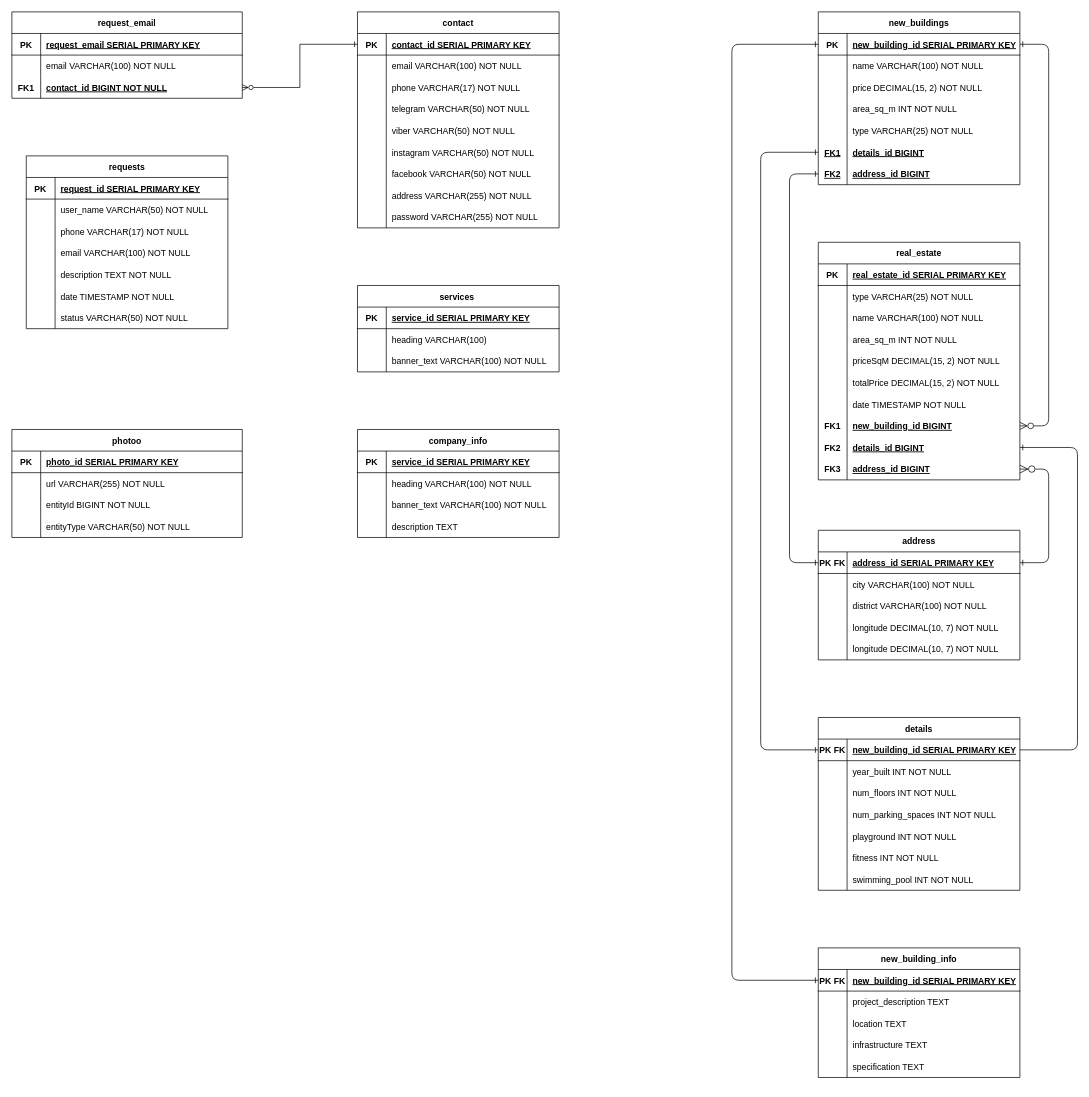
Latcarf/Second-project keeps this draw.io diagram as src/main/resources/diagrams/ERD.drawio. Above is the earlier version. Source tidied: cells renumbered, new cells numbered last; positions are measured from the earlier drawing's top-left corner, leaving out a move shared by most shapes. Both pictures are drawn from the tidied source at 72%, with x=0, y=0 at pixel (12, 12).
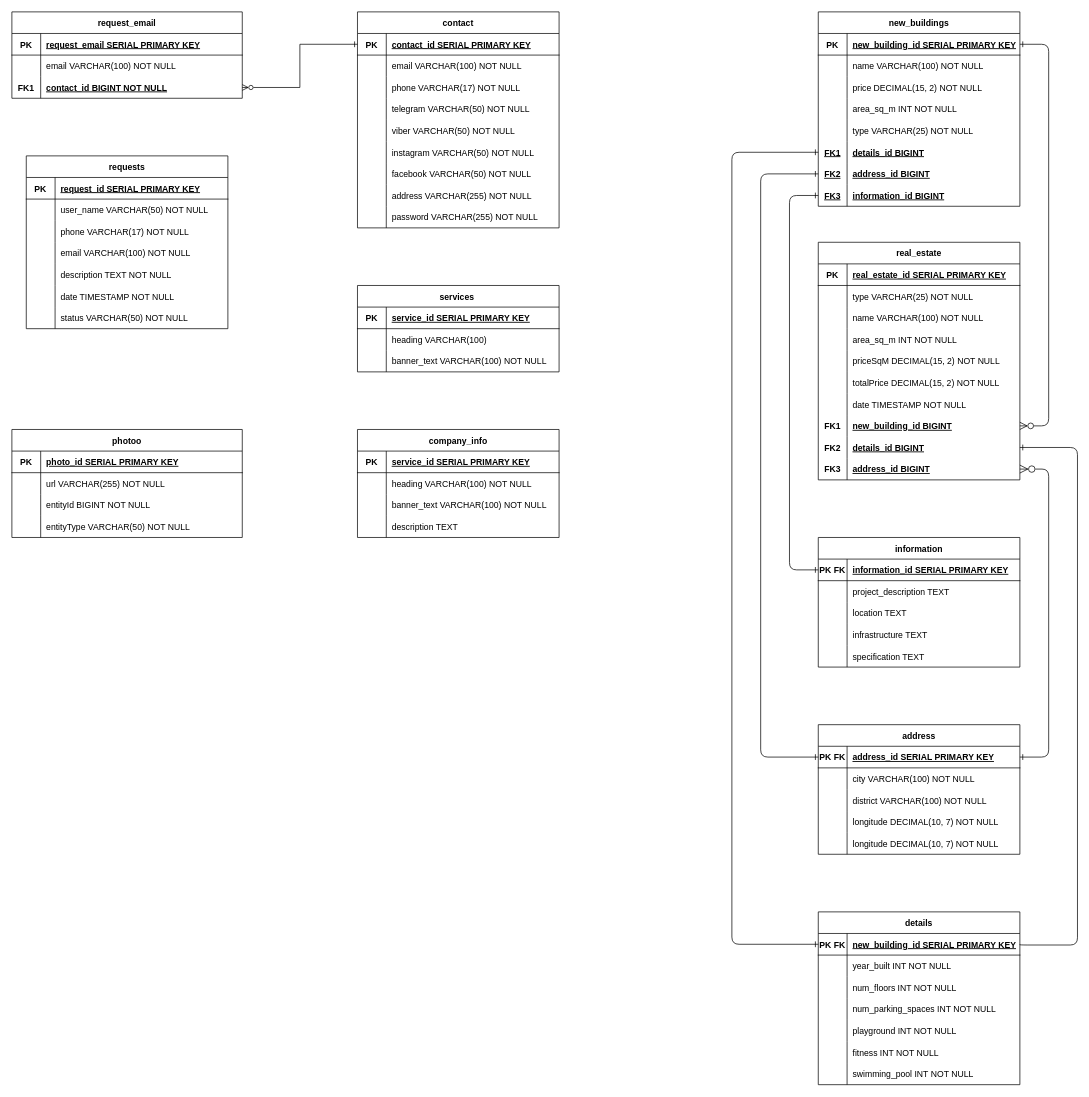
The same diagram, later.

The change refers to these unchanged cells:
```xml
<mxCell id="55" style="shape=partialRectangle;fillColor=none;points=[[0,0.5],[1,0.5]];portConstraint=eastwest;top=0;left=0;right=0;bottom=0;labelBackgroundColor=none;" parent="30" vertex="1">
  <mxGeometry y="270" width="280" height="30" as="geometry" />
</mxCell>
<mxCell id="58" style="shape=partialRectangle;fillColor=none;points=[[0,0.5],[1,0.5]];portConstraint=eastwest;top=0;left=0;right=0;bottom=0;labelBackgroundColor=none;" parent="30" vertex="1">
  <mxGeometry y="300" width="280" height="30" as="geometry" />
</mxCell>
<mxCell id="62" style="shape=partialRectangle;fillColor=none;points=[[0,0.5],[1,0.5]];portConstraint=eastwest;top=0;left=0;right=0;bottom=1;labelBackgroundColor=none;" parent="61" vertex="1">
  <mxGeometry y="30" width="280" height="30" as="geometry" />
</mxCell>
<mxCell id="77" style="shape=partialRectangle;fillColor=none;points=[[0,0.5],[1,0.5]];portConstraint=eastwest;top=0;left=0;right=0;bottom=0;labelBackgroundColor=none;" parent="61" vertex="1">
  <mxGeometry y="180" width="280" height="30" as="geometry" />
</mxCell>
<mxCell id="80" style="shape=partialRectangle;fillColor=none;points=[[0,0.5],[1,0.5]];portConstraint=eastwest;top=0;left=0;right=0;bottom=0;labelBackgroundColor=none;" parent="61" vertex="1">
  <mxGeometry y="210" width="280" height="30" as="geometry" />
</mxCell>
<mxCell id="84" style="shape=partialRectangle;fillColor=none;points=[[0,0.5],[1,0.5]];portConstraint=eastwest;top=0;left=0;right=0;bottom=1;labelBackgroundColor=none;" parent="83" vertex="1">
  <mxGeometry y="30" width="280" height="30" as="geometry" />
</mxCell>
<mxCell id="164" style="shape=partialRectangle;fillColor=none;points=[[0,0.5],[1,0.5]];portConstraint=eastwest;top=0;left=0;right=0;bottom=1;labelBackgroundColor=none;" parent="163" vertex="1">
  <mxGeometry y="30" width="280" height="30" as="geometry" />
</mxCell>
<mxCell id="180" style="shape=partialRectangle;fillColor=none;points=[[0,0.5],[1,0.5]];portConstraint=eastwest;top=0;left=0;right=0;bottom=1;labelBackgroundColor=none;" parent="179" vertex="1">
  <mxGeometry y="30" width="280" height="30" as="geometry" />
</mxCell>
```

What changed in the source:
```diff
@@
     <mxCell id="61" value="new_buildings" style="shape=table;startSize=30;childLayout=tableLayout;rowLines=0;fontStyle=1;align=center;labelBackgroundColor=none;fillColor=default;" parent="1" vertex="1">
-      <mxGeometry x="1120" width="280" height="240" as="geometry" />
+      <mxGeometry x="1120" width="280" height="270" as="geometry" />
     </mxCell>
@@
+    <mxCell id="212" style="shape=partialRectangle;fillColor=none;points=[[0,0.5],[1,0.5]];portConstraint=eastwest;top=0;left=0;right=0;bottom=0;labelBackgroundColor=none;" parent="61" vertex="1">
+      <mxGeometry y="240" width="280" height="30" as="geometry" />
+    </mxCell>
+    <mxCell id="213" value="FK3" style="shape=partialRectangle;overflow=hidden;fillColor=none;top=0;left=0;bottom=0;right=0;labelBackgroundColor=none;fontStyle=5;" parent="212" vertex="1">
+      <mxGeometry width="40" height="30" as="geometry" />
+    </mxCell>
+    <mxCell id="214" value="information_id BIGINT" style="shape=partialRectangle;overflow=hidden;fillColor=none;top=0;left=0;bottom=0;right=0;align=left;spacingLeft=6;labelBackgroundColor=none;fontStyle=5;" parent="212" vertex="1">
+      <mxGeometry x="40" width="240" height="30" as="geometry" />
+    </mxCell>
     <mxCell id="83" value="details" style="shape=table;startSize=30;childLayout=tableLayout;rowLines=0;fontStyle=1;align=center;labelBackgroundColor=none;fillColor=default;" parent="1" vertex="1">
-      <mxGeometry x="1120" y="980" width="280" height="240" as="geometry" />
+      <mxGeometry x="1120" y="1250" width="280" height="240" as="geometry" />
     </mxCell>
@@
-    <mxCell id="163" value="new_building_info" style="shape=table;startSize=30;childLayout=tableLayout;rowLines=0;fontStyle=1;align=center;labelBackgroundColor=none;fillColor=default;" parent="1" vertex="1">
-      <mxGeometry x="1120" y="1300" width="280" height="180" as="geometry" />
+    <mxCell id="163" value="information" style="shape=table;startSize=30;childLayout=tableLayout;rowLines=0;fontStyle=1;align=center;labelBackgroundColor=none;fillColor=default;" parent="1" vertex="1">
+      <mxGeometry x="1120" y="730" width="280" height="180" as="geometry" />
     </mxCell>
@@
-    <mxCell id="166" value="new_building_id SERIAL PRIMARY KEY" style="shape=partialRectangle;overflow=hidden;fillColor=none;top=0;left=0;bottom=0;right=0;align=left;spacingLeft=6;fontStyle=5;labelBackgroundColor=none;" parent="164" vertex="1">
+    <mxCell id="166" value="information_id SERIAL PRIMARY KEY" style="shape=partialRectangle;overflow=hidden;fillColor=none;top=0;left=0;bottom=0;right=0;align=left;spacingLeft=6;fontStyle=5;labelBackgroundColor=none;" parent="164" vertex="1">
       <mxGeometry x="40" width="240" height="30" as="geometry" />
     </mxCell>
@@
     <mxCell id="179" value="address" style="shape=table;startSize=30;childLayout=tableLayout;rowLines=0;fontStyle=1;align=center;labelBackgroundColor=none;fillColor=default;" parent="1" vertex="1">
-      <mxGeometry x="1120" y="720" width="280" height="180" as="geometry" />
+      <mxGeometry x="1120" y="990" width="280" height="180" as="geometry" />
     </mxCell>
@@
     <mxCell id="195" style="edgeStyle=orthogonalEdgeStyle;rounded=1;jettySize=auto;html=1;exitX=0;exitY=0.5;exitDx=0;exitDy=0;entryX=0;entryY=0.5;entryDx=0;entryDy=0;curved=0;startArrow=ERone;startFill=0;endArrow=ERone;endFill=0;" parent="1" edge="1" source="80" target="180">
       <mxGeometry relative="1" as="geometry">
         <Array as="points">
-          <mxPoint x="1080" y="225" />
-          <mxPoint x="1080" y="765" />
+          <mxPoint x="1040" y="225" />
+          <mxPoint x="1040" y="1035" />
         </Array>
       </mxGeometry>
     </mxCell>
     <mxCell id="196" style="edgeStyle=orthogonalEdgeStyle;rounded=1;jettySize=auto;html=1;exitX=0;exitY=0.5;exitDx=0;exitDy=0;entryX=0;entryY=0.5;entryDx=0;entryDy=0;endArrow=ERone;endFill=0;startArrow=ERone;startFill=0;curved=0;" parent="1" edge="1" source="77" target="84">
       <mxGeometry relative="1" as="geometry">
         <Array as="points">
-          <mxPoint x="1040" y="195" />
-          <mxPoint x="1040" y="1025" />
+          <mxPoint x="1000" y="195" />
+          <mxPoint x="1000" y="1295" />
         </Array>
       </mxGeometry>
     </mxCell>
-    <mxCell id="197" style="edgeStyle=orthogonalEdgeStyle;rounded=1;jettySize=auto;html=1;exitX=0;exitY=0.5;exitDx=0;exitDy=0;entryX=0;entryY=0.5;entryDx=0;entryDy=0;curved=0;startArrow=ERone;startFill=0;endArrow=ERone;endFill=0;" parent="1" edge="1" source="62" target="164">
+    <mxCell id="197" style="edgeStyle=orthogonalEdgeStyle;rounded=1;jettySize=auto;html=1;exitX=0;exitY=0.5;exitDx=0;exitDy=0;entryX=0;entryY=0.5;entryDx=0;entryDy=0;curved=0;startArrow=ERone;startFill=0;endArrow=ERone;endFill=0;" parent="1" edge="1" source="212" target="164">
       <mxGeometry relative="1" as="geometry">
         <Array as="points">
-          <mxPoint x="1000" y="45" />
-          <mxPoint x="1000" y="1345" />
+          <mxPoint x="1080" y="255" />
+          <mxPoint x="1080" y="775" />
         </Array>
       </mxGeometry>
     </mxCell>
     <mxCell id="198" style="edgeStyle=orthogonalEdgeStyle;rounded=1;jettySize=auto;html=1;exitX=1;exitY=0.5;exitDx=0;exitDy=0;startArrow=ERone;startFill=0;endArrow=ERzeroToMany;endFill=0;curved=0;entryX=1;entryY=0.5;entryDx=0;entryDy=0;startSize=6;endSize=9;" parent="1" edge="1" source="180" target="58">
       <mxGeometry relative="1" as="geometry">
         <Array as="points">
-          <mxPoint x="1440" y="765" />
+          <mxPoint x="1440" y="1035" />
           <mxPoint x="1440" y="635" />
         </Array>
       </mxGeometry>
     </mxCell>
@@
     <mxCell id="210" style="edgeStyle=orthogonalEdgeStyle;rounded=1;jettySize=auto;html=1;exitX=1;exitY=0.5;exitDx=0;exitDy=0;entryX=1;entryY=0.5;entryDx=0;entryDy=0;endArrow=ERone;endFill=0;curved=0;" parent="1" edge="1" source="84" target="55">
       <mxGeometry relative="1" as="geometry">
         <Array as="points">
-          <mxPoint x="1480" y="1025" />
+          <mxPoint x="1480" y="1296" />
           <mxPoint x="1480" y="605" />
         </Array>
       </mxGeometry>
     </mxCell>
```
